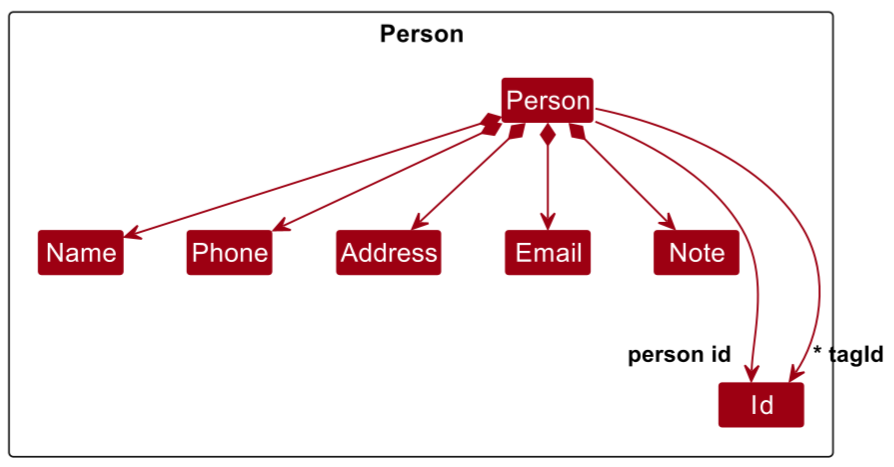
yuntaeseo/tp keeps this PlantUML diagram as docs/images/PersonClassDiagram.png. Above is the earlier version. Its source is kept beside it as docs/diagrams/PersonClassDiagram.puml.
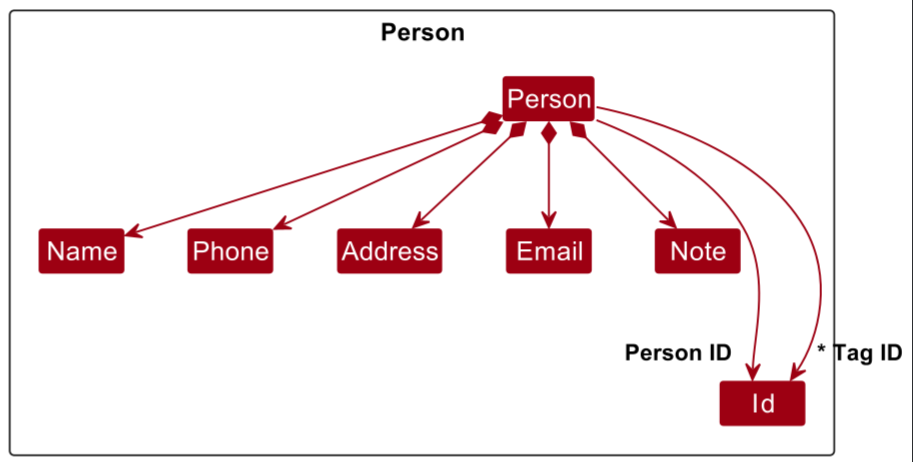
The same diagram one commit later.

What changed in the source:
```diff
@@ -13,8 +13,8 @@
 Class Phone
 Class Note
 
-Person --> "person id" Id
-Person --> "~* tag Id" Id
+Person --> "Person ID" Id
+Person --> "~* Tag ID" Id
 Person *--> Name
 Person *--> Phone
 Person *--> Email
```
